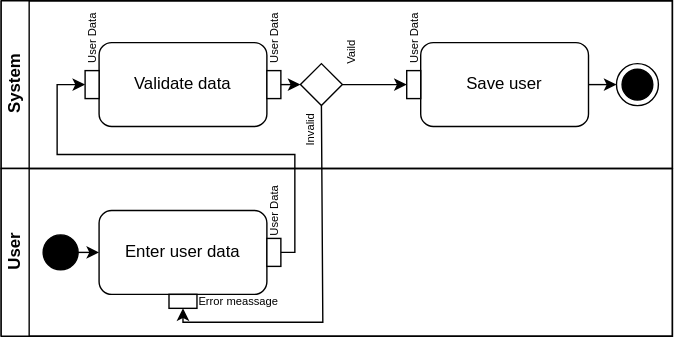
Before: Diagram/Activity/Register.svg, a diagram exported from draw.io (Davidemad24/WisdomSystem). Source tidied: cells renumbered, new cells last; positions are measured from the earlier drawing's top-left corner, leaving out a move shared by most shapes.
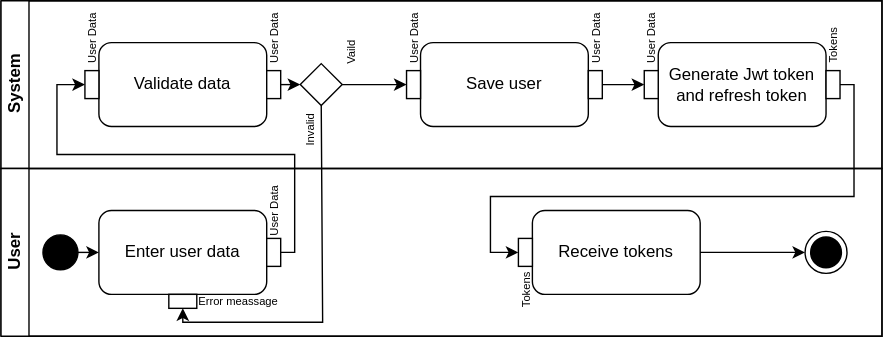
The same diagram one commit later.

The edit, as a diff of the source:
```diff
@@ -3,10 +3,10 @@
     <mxCell id="0" />
     <mxCell id="1" parent="0" />
     <mxCell id="2" style="swimlane;horizontal=0;startSize=0;html=1;" parent="1" vertex="1">
-      <mxGeometry width="480" height="240" as="geometry" />
+      <mxGeometry width="630" height="240" as="geometry" />
     </mxCell>
     <mxCell id="3" value="System" style="swimlane;startSize=20;horizontal=0;html=1;" parent="2" vertex="1">
-      <mxGeometry width="480" height="120" as="geometry" />
+      <mxGeometry width="630" height="120" as="geometry" />
     </mxCell>
     <mxCell id="4" value="Validate data" style="rounded=1;whiteSpace=wrap;html=1;" parent="3" vertex="1">
       <mxGeometry x="70" y="30" width="120" height="60" as="geometry" />
@@ -17,9 +17,6 @@
     <mxCell id="6" value="Save user" style="rounded=1;whiteSpace=wrap;html=1;" parent="3" vertex="1">
       <mxGeometry x="300" y="30" width="120" height="60" as="geometry" />
     </mxCell>
-    <mxCell id="7" style="ellipse;html=1;shape=endState;fillColor=strokeColor;" parent="3" vertex="1">
-      <mxGeometry x="440" y="45" width="30" height="30" as="geometry" />
-    </mxCell>
     <mxCell id="8" style="rounded=0;whiteSpace=wrap;html=1;" parent="3" vertex="1">
       <mxGeometry x="60" y="50" width="10" height="20" as="geometry" />
     </mxCell>
@@ -29,9 +26,6 @@
     <mxCell id="10" style="rounded=0;whiteSpace=wrap;html=1;" parent="3" vertex="1">
       <mxGeometry x="290" y="50" width="10" height="20" as="geometry" />
     </mxCell>
-    <mxCell id="11" style="endArrow=classic;html=1;rounded=0;entryX=0;entryY=0.5;entryDx=0;entryDy=0;exitX=1;exitY=0.5;exitDx=0;exitDy=0;" parent="3" edge="1" source="6" target="7">
-      <mxGeometry relative="1" as="geometry" />
-    </mxCell>
     <mxCell id="12" value="User Data" style="text;html=1;whiteSpace=wrap;strokeColor=none;fillColor=none;align=center;verticalAlign=middle;rounded=0;fontSize=8;rotation=-90;" parent="3" vertex="1">
       <mxGeometry x="37.5" y="10" width="55" height="35" as="geometry" />
     </mxCell>
@@ -53,8 +47,32 @@
     <mxCell id="18" value="Invalid" style="text;html=1;whiteSpace=wrap;strokeColor=none;fillColor=none;align=center;verticalAlign=middle;rounded=0;fontSize=8;rotation=-90;" parent="3" vertex="1">
       <mxGeometry x="193" y="75" width="55" height="35" as="geometry" />
     </mxCell>
+    <mxCell id="29" style="rounded=0;whiteSpace=wrap;html=1;" parent="3" vertex="1">
+      <mxGeometry x="420" y="50" width="10" height="20" as="geometry" />
+    </mxCell>
+    <mxCell id="30" value="Generate Jwt token and refresh token" style="rounded=1;whiteSpace=wrap;html=1;" parent="3" vertex="1">
+      <mxGeometry x="470" y="30" width="120" height="60" as="geometry" />
+    </mxCell>
+    <mxCell id="31" style="rounded=0;whiteSpace=wrap;html=1;" parent="3" vertex="1">
+      <mxGeometry x="460" y="50" width="10" height="20" as="geometry" />
+    </mxCell>
+    <mxCell id="32" value="User Data" style="text;html=1;whiteSpace=wrap;strokeColor=none;fillColor=none;align=center;verticalAlign=middle;rounded=0;fontSize=8;rotation=-90;" parent="3" vertex="1">
+      <mxGeometry x="397.5" y="10" width="55" height="35" as="geometry" />
+    </mxCell>
+    <mxCell id="33" value="User Data" style="text;html=1;whiteSpace=wrap;strokeColor=none;fillColor=none;align=center;verticalAlign=middle;rounded=0;fontSize=8;rotation=-90;" parent="3" vertex="1">
+      <mxGeometry x="437.5" y="10" width="55" height="35" as="geometry" />
+    </mxCell>
+    <mxCell id="34" style="endArrow=classic;html=1;rounded=0;entryX=0;entryY=0.5;entryDx=0;entryDy=0;exitX=1;exitY=0.5;exitDx=0;exitDy=0;" parent="3" edge="1" source="29" target="31">
+      <mxGeometry relative="1" as="geometry" />
+    </mxCell>
+    <mxCell id="35" style="rounded=0;whiteSpace=wrap;html=1;" parent="3" vertex="1">
+      <mxGeometry x="590" y="50" width="10" height="20" as="geometry" />
+    </mxCell>
+    <mxCell id="36" value="Tokens" style="text;html=1;whiteSpace=wrap;strokeColor=none;fillColor=none;align=center;verticalAlign=middle;rounded=0;fontSize=8;rotation=-90;" parent="3" vertex="1">
+      <mxGeometry x="567.5" y="15" width="55" height="35" as="geometry" />
+    </mxCell>
     <mxCell id="19" value="User" style="swimlane;startSize=20;horizontal=0;html=1;" parent="2" vertex="1">
-      <mxGeometry y="120" width="480" height="120" as="geometry" />
+      <mxGeometry y="120" width="630" height="120" as="geometry" />
     </mxCell>
     <mxCell id="20" style="ellipse;fillColor=strokeColor;html=1;" parent="19" vertex="1">
       <mxGeometry x="30" y="47.5" width="25" height="25" as="geometry" />
@@ -77,6 +95,21 @@
     <mxCell id="26" value="Error meassage" style="text;html=1;whiteSpace=wrap;strokeColor=none;fillColor=none;align=center;verticalAlign=middle;rounded=0;fontSize=8;rotation=0;" parent="19" vertex="1">
       <mxGeometry x="140" y="80" width="60" height="30" as="geometry" />
     </mxCell>
+    <mxCell id="7" style="ellipse;html=1;shape=endState;fillColor=strokeColor;" parent="19" vertex="1">
+      <mxGeometry x="575" y="45" width="30" height="30" as="geometry" />
+    </mxCell>
+    <mxCell id="37" value="Receive tokens" style="rounded=1;whiteSpace=wrap;html=1;" parent="19" vertex="1">
+      <mxGeometry x="380" y="30" width="120" height="60" as="geometry" />
+    </mxCell>
+    <mxCell id="38" style="rounded=0;whiteSpace=wrap;html=1;" parent="19" vertex="1">
+      <mxGeometry x="370" y="50" width="10" height="20" as="geometry" />
+    </mxCell>
+    <mxCell id="39" value="Tokens" style="text;html=1;whiteSpace=wrap;strokeColor=none;fillColor=none;align=center;verticalAlign=middle;rounded=0;fontSize=8;rotation=-90;" parent="19" vertex="1">
+      <mxGeometry x="347.5" y="70" width="55" height="35" as="geometry" />
+    </mxCell>
+    <mxCell id="40" style="endArrow=classic;html=1;rounded=0;exitX=1;exitY=0.5;exitDx=0;exitDy=0;entryX=0;entryY=0.5;entryDx=0;entryDy=0;" parent="19" edge="1" source="37" target="7">
+      <mxGeometry relative="1" as="geometry" />
+    </mxCell>
     <mxCell id="27" style="endArrow=classic;html=1;rounded=0;entryX=0;entryY=0.5;entryDx=0;entryDy=0;exitX=1;exitY=0.5;exitDx=0;exitDy=0;" parent="2" edge="1" source="23" target="8">
       <mxGeometry relative="1" as="geometry">
         <Array as="points">
@@ -95,5 +128,15 @@
         </Array>
       </mxGeometry>
     </mxCell>
+    <mxCell id="41" style="endArrow=classic;html=1;rounded=0;exitX=1;exitY=0.5;exitDx=0;exitDy=0;entryX=0;entryY=0.5;entryDx=0;entryDy=0;" parent="2" edge="1" source="35" target="38">
+      <mxGeometry relative="1" as="geometry">
+        <Array as="points">
+          <mxPoint x="610" y="60" />
+          <mxPoint x="610" y="140" />
+          <mxPoint x="350" y="140" />
+          <mxPoint x="350" y="180" />
+        </Array>
+      </mxGeometry>
+    </mxCell>
   </root>
 </mxGraphModel>
```
